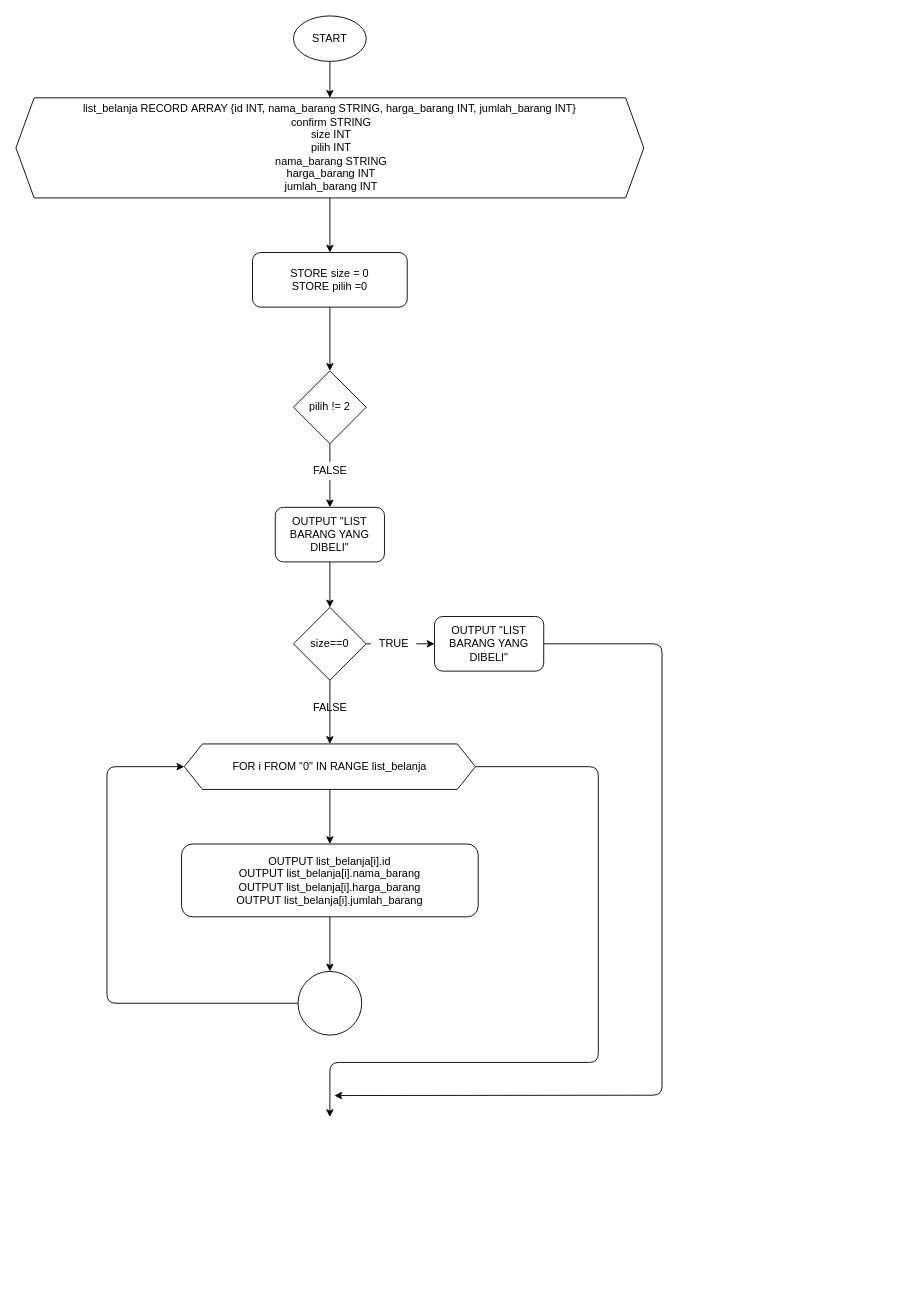
The draw.io diagram flowchart_kasir_atk_app.drawio in Firdasiska/firda_siska-kasir_atk_app, before the edit. Source tidied: cells renumbered, new cells numbered last; positions are measured from the earlier drawing's top-left corner, leaving out a move shared by most shapes. Both pictures are drawn from the tidied source at 91%, with x=0, y=0 at pixel (15, 15).
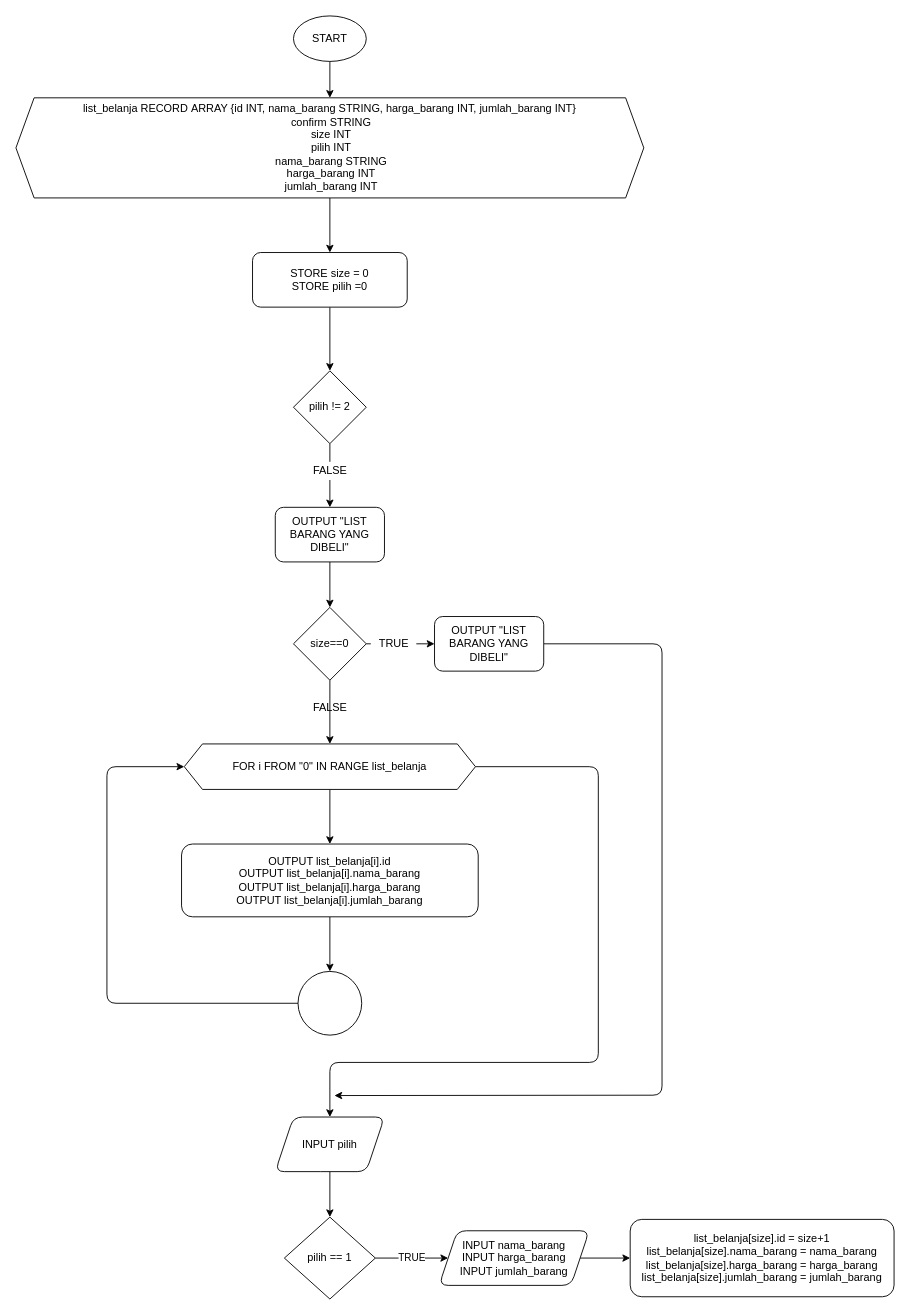
The same diagram, later.

Commit message:
feat : menambahkan alur diagram input barang belanja

What changed in the source:
```diff
@@
+    <mxCell id="29" style="edgeStyle=orthogonalEdgeStyle;html=1;" parent="1" edge="1" source="30" target="32">
+      <mxGeometry relative="1" as="geometry" />
+    </mxCell>
+    <mxCell id="30" value="INPUT pilih" style="shape=parallelogram;perimeter=parallelogramPerimeter;whiteSpace=wrap;html=1;fixedSize=1;rounded=1;strokeWidth=1;" parent="1" vertex="1">
+      <mxGeometry x="285" y="1210" width="120" height="60" as="geometry" />
+    </mxCell>
+    <mxCell id="31" value="TRUE" style="edgeStyle=orthogonalEdgeStyle;html=1;entryX=0;entryY=0.5;entryDx=0;entryDy=0;" parent="1" edge="1" source="32" target="34">
+      <mxGeometry relative="1" as="geometry" />
+    </mxCell>
+    <mxCell id="32" value="pilih == 1" style="rhombus;whiteSpace=wrap;html=1;strokeWidth=1;" parent="1" vertex="1">
+      <mxGeometry x="295" y="1320" width="100" height="90" as="geometry" />
+    </mxCell>
+    <mxCell id="33" style="edgeStyle=orthogonalEdgeStyle;html=1;" parent="1" edge="1" source="34" target="35">
+      <mxGeometry relative="1" as="geometry" />
+    </mxCell>
+    <mxCell id="34" value="INPUT nama_barang&lt;br&gt;INPUT harga_barang&lt;br&gt;INPUT jumlah_barang" style="shape=parallelogram;perimeter=parallelogramPerimeter;whiteSpace=wrap;html=1;fixedSize=1;rounded=1;strokeWidth=1;" parent="1" vertex="1">
+      <mxGeometry x="465" y="1335" width="165" height="60" as="geometry" />
+    </mxCell>
+    <mxCell id="35" value="list_belanja[size].id = size+1&lt;br&gt;list_belanja[size].nama_barang = nama_barang&lt;br&gt;list_belanja[size].harga_barang = harga_barang&lt;br&gt;list_belanja[size].jumlah_barang = jumlah_barang" style="rounded=1;whiteSpace=wrap;html=1;strokeWidth=1;" parent="1" vertex="1">
+      <mxGeometry x="675" y="1322.5" width="290" height="85" as="geometry" />
+    </mxCell>
```
